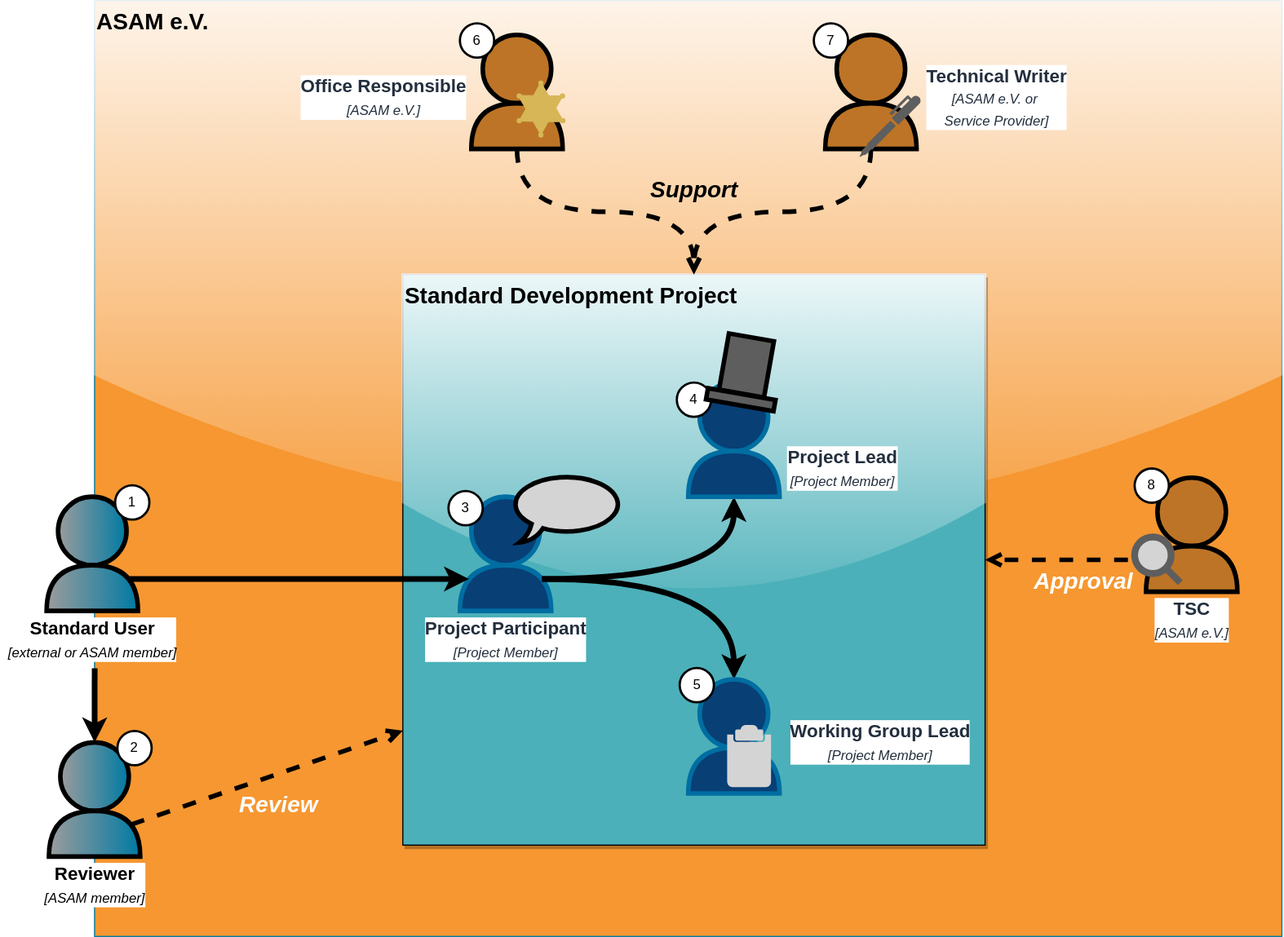
The draw.io diagram content/modules/compendium/assets/images/Concepts/roles_overview.drawio.svg in asam-ev/asam-project-guide-content, before a commit. Source tidied: cells renumbered, new cells last; positions are measured from the earlier drawing's top-left corner, leaving out a move shared by most shapes.
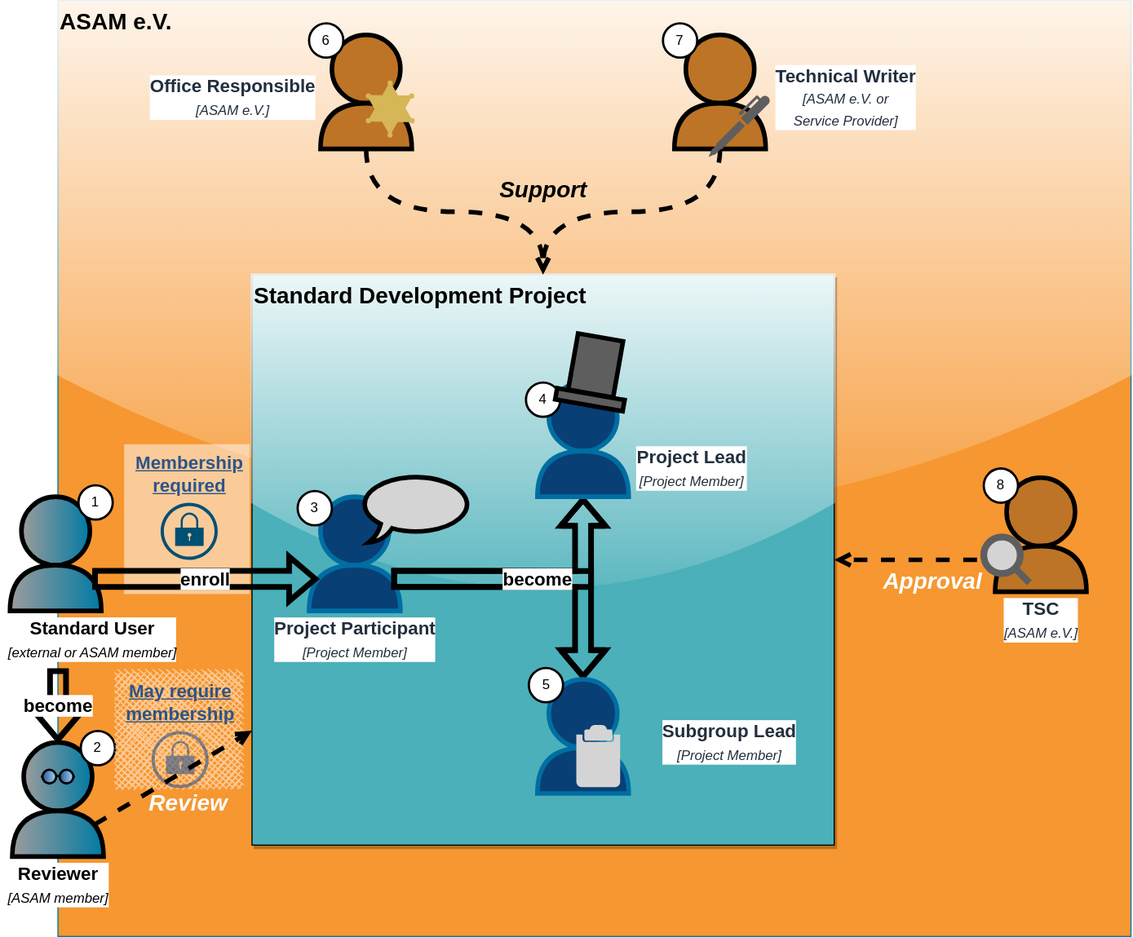
The same diagram one commit later.

Commit message:
Updated roles overview page

Change to the diagram source:
```diff
@@ -3,7 +3,7 @@
     <mxCell id="0" />
     <mxCell id="1" parent="0" />
     <mxCell id="2" value="ASAM e.V." style="rounded=0;whiteSpace=wrap;html=1;fontSize=20;fontColor=#000000;strokeColor=#007AA3;fillColor=#F69731;gradientColor=none;gradientDirection=east;align=left;fontStyle=1;verticalAlign=top;sketch=0;glass=1;" parent="1" vertex="1">
-      <mxGeometry x="82" width="1040" height="820" as="geometry" />
+      <mxGeometry x="182" width="940" height="820" as="geometry" />
     </mxCell>
     <mxCell id="3" value="Standard Development Project" style="rounded=0;whiteSpace=wrap;html=1;align=left;labelPosition=center;verticalLabelPosition=middle;verticalAlign=top;fontStyle=1;fontSize=20;fillColor=#4BB0B9;sketch=0;glass=1;shadow=1;" parent="1" vertex="1">
       <mxGeometry x="352" y="240" width="510" height="500" as="geometry" />
@@ -26,20 +26,8 @@
       <mxGeometry x="562" y="150" width="90" height="30" as="geometry" />
     </mxCell>
     <mxCell id="9" style="group;labelBackgroundColor=none;sketch=0;shadow=0;glass=0;" parent="1" vertex="1">
-      <mxGeometry y="434.8" width="160" height="150" as="geometry" />
+      <mxGeometry x="132" y="434.8" width="160" height="150" as="geometry" />
     </mxCell>
-    <mxCell id="10" style="group;sketch=0;" parent="9" vertex="1">
-      <mxGeometry x="40" width="90" height="100" as="geometry" />
-    </mxCell>
-    <mxCell id="11" style="ellipse;whiteSpace=wrap;html=1;rounded=0;shadow=0;glass=1;labelBackgroundColor=#FFFFFF;sketch=0;fontSize=16;fontColor=#000000;strokeColor=default;fillColor=#9C9C9C;gradientColor=#007AA3;gradientDirection=east;strokeWidth=4;" parent="10" vertex="1">
-      <mxGeometry x="10" width="60" height="60" as="geometry" />
-    </mxCell>
-    <mxCell id="12" style="shape=or;whiteSpace=wrap;html=1;rounded=0;shadow=0;glass=1;labelBackgroundColor=#FFFFFF;sketch=0;fontSize=16;fontColor=#000000;strokeColor=default;fillColor=#9C9C9C;gradientColor=#007AA3;gradientDirection=south;rotation=-90;strokeWidth=4;" parent="10" vertex="1">
-      <mxGeometry x="20" y="40" width="40" height="80" as="geometry" />
-    </mxCell>
-    <mxCell id="13" value="1" style="ellipse;whiteSpace=wrap;html=1;rounded=0;shadow=0;glass=0;labelBackgroundColor=#FFFFFF;sketch=0;fontSize=12;strokeWidth=2;gradientDirection=south;" parent="10" vertex="1">
-      <mxGeometry x="60" y="-10" width="30" height="30" as="geometry" />
-    </mxCell>
     <mxCell id="14" value="&lt;b&gt;Standard User&lt;/b&gt;&lt;br&gt;&lt;font style=&quot;font-size: 12px&quot;&gt;&lt;i&gt;[external or ASAM member]&lt;/i&gt;&lt;/font&gt;" style="text;html=1;align=center;verticalAlign=middle;points=[];strokeColor=none;fillColor=none;fontSize=16;fontColor=#000000;labelBackgroundColor=#FFFFFF;" parent="9" vertex="1">
       <mxGeometry y="100" width="160" height="50" as="geometry" />
     </mxCell>
@@ -64,10 +52,10 @@
     <mxCell id="21" value="&lt;b style=&quot;color: rgb(35 , 47 , 62) ; font-size: 12px&quot;&gt;&lt;font style=&quot;font-size: 16px&quot;&gt;Project Participant&lt;/font&gt;&lt;/b&gt;&lt;br style=&quot;color: rgb(35 , 47 , 62) ; font-size: 12px&quot;&gt;&lt;i style=&quot;color: rgb(35 , 47 , 62) ; font-size: 12px&quot;&gt;[Project Member]&lt;/i&gt;" style="text;html=1;align=center;verticalAlign=middle;strokeColor=none;fillColor=none;fontSize=16;fontColor=#000000;labelBackgroundColor=#FFFFFF;" parent="15" vertex="1">
       <mxGeometry y="100" width="160" height="50" as="geometry" />
     </mxCell>
-    <mxCell id="22" style="edgeStyle=orthogonalEdgeStyle;curved=1;rounded=0;jettySize=auto;html=1;exitX=0.7;exitY=0.9;exitDx=0;exitDy=0;exitPerimeter=0;fontSize=12;fontColor=#000000;strokeWidth=5;" parent="1" edge="1" source="18" target="66">
+    <mxCell id="22" style="edgeStyle=orthogonalEdgeStyle;rounded=0;jettySize=auto;html=1;exitX=0.7;exitY=0.9;exitDx=0;exitDy=0;exitPerimeter=0;fontSize=12;fontColor=#000000;strokeWidth=5;shape=flexArrow;" parent="1" edge="1" source="18" target="66">
       <mxGeometry relative="1" as="geometry" />
     </mxCell>
-    <mxCell id="23" style="edgeStyle=orthogonalEdgeStyle;curved=1;rounded=0;jettySize=auto;html=1;exitX=0.7;exitY=0.9;exitDx=0;exitDy=0;exitPerimeter=0;fontSize=12;fontColor=#000000;strokeWidth=5;" parent="1" edge="1" source="18" target="57">
+    <mxCell id="23" value="become" style="rounded=0;jettySize=auto;html=1;exitX=0.7;exitY=0.9;exitDx=0;exitDy=0;exitPerimeter=0;fontSize=16;fontColor=default;strokeWidth=5;shape=flexArrow;labelBackgroundColor=default;fillColor=none;fontStyle=1;edgeStyle=orthogonalEdgeStyle;" parent="1" edge="1" source="18" target="57">
       <mxGeometry relative="1" as="geometry" />
     </mxCell>
     <mxCell id="24" style="group;labelBackgroundColor=none;" parent="1" vertex="1">
@@ -134,10 +122,22 @@
       <mxGeometry x="993" y="410" width="30" height="30" as="geometry" />
     </mxCell>
     <mxCell id="45" style="group;labelBackgroundColor=none;sketch=0;shadow=0;glass=0;" parent="1" vertex="1">
-      <mxGeometry x="2" y="650" width="160" height="150" as="geometry" />
+      <mxGeometry x="134" y="650" width="160" height="150" as="geometry" />
     </mxCell>
+    <mxCell id="10" style="group;sketch=0;" parent="45" vertex="1">
+      <mxGeometry x="6" y="-215.2" width="90" height="100" as="geometry" />
+    </mxCell>
+    <mxCell id="11" style="ellipse;whiteSpace=wrap;html=1;rounded=0;shadow=0;glass=1;labelBackgroundColor=#FFFFFF;sketch=0;fontSize=16;fontColor=#000000;strokeColor=default;fillColor=#9C9C9C;gradientColor=#007AA3;gradientDirection=east;strokeWidth=4;" parent="10" vertex="1">
+      <mxGeometry x="10" width="60" height="60" as="geometry" />
+    </mxCell>
+    <mxCell id="12" style="shape=or;whiteSpace=wrap;html=1;rounded=0;shadow=0;glass=1;labelBackgroundColor=#FFFFFF;sketch=0;fontSize=16;fontColor=#000000;strokeColor=default;fillColor=#9C9C9C;gradientColor=#007AA3;gradientDirection=south;rotation=-90;strokeWidth=4;" parent="10" vertex="1">
+      <mxGeometry x="20" y="40" width="40" height="80" as="geometry" />
+    </mxCell>
+    <mxCell id="13" value="1" style="ellipse;whiteSpace=wrap;html=1;rounded=0;shadow=0;glass=0;labelBackgroundColor=#FFFFFF;sketch=0;fontSize=12;strokeWidth=2;gradientDirection=south;" parent="10" vertex="1">
+      <mxGeometry x="60" y="-10" width="30" height="30" as="geometry" />
+    </mxCell>
     <mxCell id="46" style="group;sketch=0;" parent="45" vertex="1">
-      <mxGeometry x="40" width="90" height="100" as="geometry" />
+      <mxGeometry x="8" width="90" height="100" as="geometry" />
     </mxCell>
     <mxCell id="47" style="ellipse;whiteSpace=wrap;html=1;rounded=0;shadow=0;glass=1;labelBackgroundColor=#FFFFFF;sketch=0;fontSize=16;fontColor=#000000;strokeColor=default;fillColor=#9C9C9C;gradientColor=#007AA3;gradientDirection=east;strokeWidth=4;" parent="46" vertex="1">
       <mxGeometry x="10" width="60" height="60" as="geometry" />
@@ -148,20 +148,17 @@
     <mxCell id="49" value="2" style="ellipse;whiteSpace=wrap;html=1;rounded=0;shadow=0;glass=0;labelBackgroundColor=#FFFFFF;sketch=0;fontSize=12;strokeWidth=2;gradientDirection=south;" parent="46" vertex="1">
       <mxGeometry x="60" y="-10" width="30" height="30" as="geometry" />
     </mxCell>
+    <mxCell id="80" style="html=1;verticalLabelPosition=bottom;align=center;labelBackgroundColor=#ffffff;verticalAlign=top;strokeWidth=2;strokeColor=default;shadow=0;dashed=0;shape=mxgraph.ios7.icons.glasses;fontSize=16;fontColor=default;gradientColor=#A6D5FF;gradientDirection=east;fillColor=#2B548A;" parent="46" vertex="1">
+      <mxGeometry x="25" y="24" width="30" height="12" as="geometry" />
+    </mxCell>
     <mxCell id="50" value="&lt;b&gt;Reviewer&lt;/b&gt;&lt;br&gt;&lt;font style=&quot;font-size: 12px&quot;&gt;&lt;i&gt;[ASAM member]&lt;/i&gt;&lt;/font&gt;" style="text;html=1;align=center;verticalAlign=middle;strokeColor=none;fillColor=none;fontSize=16;fontColor=#000000;labelBackgroundColor=#FFFFFF;" parent="45" vertex="1">
-      <mxGeometry x="30" y="100" width="100" height="50" as="geometry" />
+      <mxGeometry x="-2" y="100" width="100" height="50" as="geometry" />
     </mxCell>
-    <mxCell id="51" style="edgeStyle=orthogonalEdgeStyle;rounded=0;jettySize=auto;html=1;exitX=0.513;exitY=1.005;exitDx=0;exitDy=0;fontSize=12;fontColor=#000000;strokeWidth=5;curved=1;exitPerimeter=0;" parent="1" edge="1" source="14" target="47">
-      <mxGeometry relative="1" as="geometry" />
+    <mxCell id="51" value="become" style="edgeStyle=orthogonalEdgeStyle;rounded=0;jettySize=auto;html=1;exitX=0.513;exitY=1.005;exitDx=0;exitDy=0;fontSize=16;fontColor=default;strokeWidth=5;curved=1;exitPerimeter=0;shape=flexArrow;labelBackgroundColor=default;fillColor=none;fontStyle=1;" parent="45" edge="1" target="47">
+      <mxGeometry relative="1" as="geometry">
+        <mxPoint x="48.1" y="-65" as="sourcePoint" />
+      </mxGeometry>
     </mxCell>
-    <mxCell id="52" style="edgeStyle=orthogonalEdgeStyle;curved=1;rounded=0;jettySize=auto;html=1;exitX=0.7;exitY=0.9;exitDx=0;exitDy=0;exitPerimeter=0;entryX=0.7;entryY=0.1;entryDx=0;entryDy=0;entryPerimeter=0;fontSize=12;fontColor=#000000;strokeWidth=5;" parent="1" edge="1" source="12" target="18">
-      <mxGeometry relative="1" as="geometry" />
-    </mxCell>
-    <mxCell id="53" value="Review" style="rounded=0;jettySize=auto;html=1;exitX=0.7;exitY=0.9;exitDx=0;exitDy=0;exitPerimeter=0;entryX=0;entryY=0.75;entryDx=0;entryDy=0;fontSize=20;fontColor=#FCFCFC;strokeWidth=4;endArrow=open;dashed=1;endFill=0;labelBackgroundColor=none;fontStyle=3;" parent="1" edge="1" source="48">
-      <mxGeometry x="0.01" y="-25" relative="1" as="geometry">
-        <mxPoint x="352" y="639.8" as="targetPoint" />
-      </mxGeometry>
-    </mxCell>
     <mxCell id="54" style="group;" parent="1" vertex="1">
       <mxGeometry x="562" y="560" width="292.5" height="160" as="geometry" />
     </mxCell>
@@ -180,8 +177,8 @@
     <mxCell id="59" style="shadow=0;dashed=0;html=1;strokeColor=none;fillColor=#D4D4D4;labelPosition=center;verticalLabelPosition=bottom;verticalAlign=top;align=center;shape=mxgraph.veeam.failover_plan;rounded=0;glass=0;labelBackgroundColor=#FFFFFF;sketch=0;fontSize=12;fontColor=default;" parent="56" vertex="1">
       <mxGeometry x="34.1" y="40" width="38.4" height="54.4" as="geometry" />
     </mxCell>
-    <mxCell id="60" value="&lt;b style=&quot;color: rgb(35 , 47 , 62) ; font-size: 12px&quot;&gt;&lt;font style=&quot;font-size: 16px&quot;&gt;Working Group Lead&lt;/font&gt;&lt;/b&gt;&lt;br style=&quot;color: rgb(35 , 47 , 62) ; font-size: 12px&quot;&gt;&lt;i style=&quot;color: rgb(35 , 47 , 62) ; font-size: 12px&quot;&gt;[Project Member]&lt;/i&gt;" style="text;html=1;align=center;verticalAlign=middle;strokeColor=none;fillColor=none;fontSize=16;fontColor=#000000;labelBackgroundColor=#FFFFFF;" parent="54" vertex="1">
-      <mxGeometry x="122.5" y="64.8" width="170" height="50" as="geometry" />
+    <mxCell id="60" value="&lt;b style=&quot;color: rgb(35 , 47 , 62) ; font-size: 12px&quot;&gt;&lt;font style=&quot;font-size: 16px&quot;&gt;Subgroup Lead&lt;/font&gt;&lt;/b&gt;&lt;br style=&quot;color: rgb(35 , 47 , 62) ; font-size: 12px&quot;&gt;&lt;i style=&quot;color: rgb(35 , 47 , 62) ; font-size: 12px&quot;&gt;[Project Member]&lt;/i&gt;" style="text;html=1;align=center;verticalAlign=middle;strokeColor=none;fillColor=none;fontSize=16;fontColor=#000000;labelBackgroundColor=#FFFFFF;" parent="54" vertex="1">
+      <mxGeometry x="142.5" y="64.8" width="130" height="50" as="geometry" />
     </mxCell>
     <mxCell id="61" value="5" style="ellipse;whiteSpace=wrap;html=1;rounded=0;shadow=0;glass=0;labelBackgroundColor=#FFFFFF;sketch=0;fontSize=12;strokeWidth=2;gradientDirection=south;" parent="54" vertex="1">
       <mxGeometry x="32.5" y="24.8" width="30" height="30" as="geometry" />
@@ -240,5 +237,31 @@
     <mxCell id="79" value="7" style="ellipse;whiteSpace=wrap;html=1;rounded=0;shadow=0;glass=0;labelBackgroundColor=#FFFFFF;sketch=0;fontSize=12;strokeWidth=2;gradientDirection=south;" parent="72" vertex="1">
       <mxGeometry x="30" width="30" height="30" as="geometry" />
     </mxCell>
+    <mxCell id="81" style="rounded=0;whiteSpace=wrap;html=1;fontSize=16;fontColor=none;strokeColor=none;fillColor=#FFFFFF;gradientColor=none;gradientDirection=east;noLabel=1;glass=0;shadow=0;opacity=50;" parent="1" vertex="1">
+      <mxGeometry x="240" y="388.8" width="110" height="131.2" as="geometry" />
+    </mxCell>
+    <mxCell id="82" style="sketch=0;verticalLabelPosition=bottom;html=1;verticalAlign=top;align=center;shape=mxgraph.cisco19.lock;fillColor=#005073;strokeColor=none;fontSize=16;fontColor=default;" parent="1" vertex="1">
+      <mxGeometry x="272" y="440" width="50" height="50" as="geometry" />
+    </mxCell>
+    <mxCell id="83" value="Membership &lt;br&gt;required" style="text;html=1;align=center;verticalAlign=middle;strokeColor=none;fillColor=none;fontSize=16;fontColor=#2B548A;fontStyle=5;" parent="1" vertex="1">
+      <mxGeometry x="242" y="394.8" width="110" height="40" as="geometry" />
+    </mxCell>
+    <mxCell id="52" value="enroll" style="edgeStyle=orthogonalEdgeStyle;curved=1;rounded=0;jettySize=auto;html=1;exitX=0.7;exitY=0.9;exitDx=0;exitDy=0;exitPerimeter=0;entryX=0.7;entryY=0.1;entryDx=0;entryDy=0;entryPerimeter=0;fontSize=16;fontColor=default;strokeWidth=5;shape=flexArrow;fillColor=none;labelBackgroundColor=default;fontStyle=1;" parent="1" edge="1" source="12" target="18">
+      <mxGeometry relative="1" as="geometry" />
+    </mxCell>
+    <mxCell id="84" style="rounded=0;whiteSpace=wrap;html=1;fontSize=16;fontColor=none;strokeColor=none;fillColor=#FFFFFF;gradientColor=none;gradientDirection=east;noLabel=1;glass=0;shadow=0;opacity=50;sketch=1;fillStyle=cross-hatch;" parent="1" vertex="1">
+      <mxGeometry x="232" y="588.8" width="110" height="101.2" as="geometry" />
+    </mxCell>
+    <mxCell id="85" style="sketch=0;verticalLabelPosition=bottom;html=1;verticalAlign=top;align=center;shape=mxgraph.cisco19.lock;fillColor=#2B548A;strokeColor=none;fontSize=16;fontColor=default;shadow=0;fillStyle=cross-hatch;opacity=60;" parent="1" vertex="1">
+      <mxGeometry x="264" y="640" width="50" height="50" as="geometry" />
+    </mxCell>
+    <mxCell id="86" value="May require&lt;br&gt;membership" style="text;html=1;align=center;verticalAlign=middle;strokeColor=none;fillColor=none;fontSize=16;fontColor=#2B548A;fontStyle=5;" parent="1" vertex="1">
+      <mxGeometry x="234" y="594.8" width="110" height="40" as="geometry" />
+    </mxCell>
+    <mxCell id="53" value="Review" style="rounded=0;jettySize=auto;html=1;exitX=0.7;exitY=0.9;exitDx=0;exitDy=0;exitPerimeter=0;entryX=0;entryY=0.75;entryDx=0;entryDy=0;fontSize=20;fontColor=#FCFCFC;strokeWidth=4;endArrow=open;dashed=1;endFill=0;labelBackgroundColor=none;fontStyle=3;" parent="1" edge="1" source="48">
+      <mxGeometry x="0.01" y="-25" relative="1" as="geometry">
+        <mxPoint x="352" y="639.8" as="targetPoint" />
+      </mxGeometry>
+    </mxCell>
   </root>
 </mxGraphModel>
```
